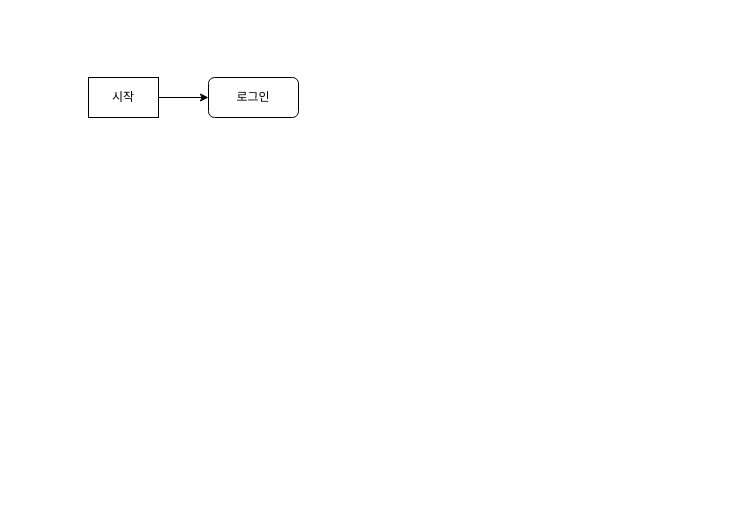
nsaedae/JSP keeps this draw.io diagram as Board1/게시판.drawio. Above is the earlier version. Source tidied: cells renumbered, new cells numbered last; positions are measured from the earlier drawing's top-left corner, leaving out a move shared by most shapes. Both pictures are drawn from the tidied source at 100%, with x=0, y=0 at pixel (88, 77).
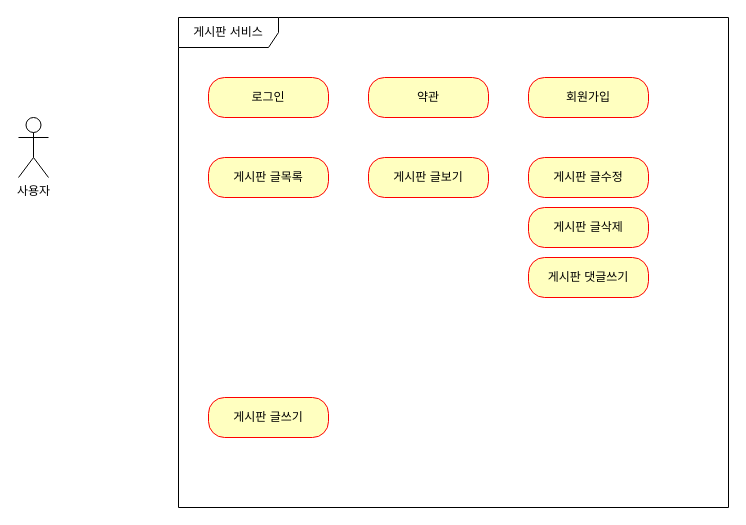
The same page after the edit.

Commit message (it also covers changes not shown here):
게시판.drawio 업데이트

The edit, as a diff of the source:
```diff
@@
 <mxGraphModel>
   <root>
     <mxCell id="0" />
     <mxCell id="1" parent="0" />
-    <mxCell id="2" value="시작" style="rounded=0;whiteSpace=wrap;html=1;" parent="1" vertex="1">
-      <mxGeometry width="70" height="40" as="geometry" />
-    </mxCell>
+    <mxCell id="5" value="사용자" style="shape=umlActor;verticalLabelPosition=bottom;verticalAlign=top;html=1;" parent="1" vertex="1">
+      <mxGeometry x="-70" y="40" width="30" height="60" as="geometry" />
+    </mxCell>
+    <mxCell id="6" value="게시판 서비스" style="shape=umlFrame;whiteSpace=wrap;html=1;width=100;height=30;" parent="1" vertex="1">
+      <mxGeometry x="90" y="-60" width="550" height="490" as="geometry" />
+    </mxCell>
-    <mxCell id="3" value="로그인" style="rounded=1;whiteSpace=wrap;html=1;" parent="1" vertex="1">
-      <mxGeometry x="120" width="90" height="40" as="geometry" />
+    <mxCell id="3" value="로그인" style="rounded=1;whiteSpace=wrap;html=1;arcSize=40;fontColor=#000000;fillColor=#ffffc0;strokeColor=#ff0000;" parent="1" vertex="1">
+      <mxGeometry x="120" width="120" height="40" as="geometry" />
     </mxCell>
-    <mxCell id="4" style="endArrow=classic;html=1;rounded=0;exitX=1;exitY=0.5;exitDx=0;exitDy=0;entryX=0;entryY=0.5;entryDx=0;entryDy=0;" parent="1" edge="1" source="2" target="3">
-      <mxGeometry relative="1" as="geometry" />
-    </mxCell>
+    <mxCell id="7" value="약관" style="rounded=1;whiteSpace=wrap;html=1;arcSize=40;fontColor=#000000;fillColor=#ffffc0;strokeColor=#ff0000;" parent="1" vertex="1">
+      <mxGeometry x="280" width="120" height="40" as="geometry" />
+    </mxCell>
+    <mxCell id="8" value="회원가입" style="rounded=1;whiteSpace=wrap;html=1;arcSize=40;fontColor=#000000;fillColor=#ffffc0;strokeColor=#ff0000;" parent="1" vertex="1">
+      <mxGeometry x="440" width="120" height="40" as="geometry" />
+    </mxCell>
+    <mxCell id="9" value="게시판 글목록" style="rounded=1;whiteSpace=wrap;html=1;arcSize=40;fontColor=#000000;fillColor=#ffffc0;strokeColor=#ff0000;" parent="1" vertex="1">
+      <mxGeometry x="120" y="80" width="120" height="40" as="geometry" />
+    </mxCell>
+    <mxCell id="10" value="게시판 글쓰기" style="rounded=1;whiteSpace=wrap;html=1;arcSize=40;fontColor=#000000;fillColor=#ffffc0;strokeColor=#ff0000;" parent="1" vertex="1">
+      <mxGeometry x="120" y="320" width="120" height="40" as="geometry" />
+    </mxCell>
+    <mxCell id="11" value="게시판 글보기" style="rounded=1;whiteSpace=wrap;html=1;arcSize=40;fontColor=#000000;fillColor=#ffffc0;strokeColor=#ff0000;" parent="1" vertex="1">
+      <mxGeometry x="280" y="80" width="120" height="40" as="geometry" />
+    </mxCell>
+    <mxCell id="12" value="게시판 글수정" style="rounded=1;whiteSpace=wrap;html=1;arcSize=40;fontColor=#000000;fillColor=#ffffc0;strokeColor=#ff0000;" parent="1" vertex="1">
+      <mxGeometry x="440" y="80" width="120" height="40" as="geometry" />
+    </mxCell>
+    <mxCell id="13" value="게시판 글삭제" style="rounded=1;whiteSpace=wrap;html=1;arcSize=40;fontColor=#000000;fillColor=#ffffc0;strokeColor=#ff0000;" parent="1" vertex="1">
+      <mxGeometry x="440" y="130" width="120" height="40" as="geometry" />
+    </mxCell>
+    <mxCell id="14" value="게시판 댓글쓰기" style="rounded=1;whiteSpace=wrap;html=1;arcSize=40;fontColor=#000000;fillColor=#ffffc0;strokeColor=#ff0000;" parent="1" vertex="1">
+      <mxGeometry x="440" y="180" width="120" height="40" as="geometry" />
+    </mxCell>
   </root>
 </mxGraphModel>
```
